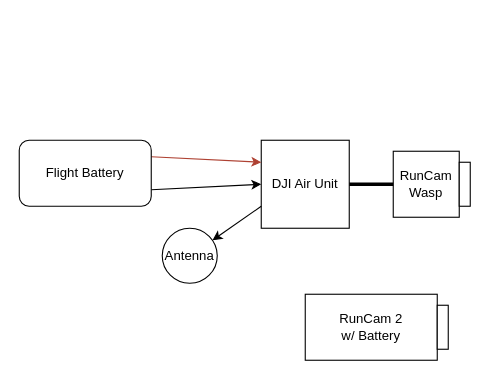
Earlier version of the draw.io diagram 2024-2025/Wiring/Cameras.drawio (Saddleback-College-Rocketry-Team/Draw.io-Sketches). Source tidied: cells renumbered, new cells numbered last; positions are measured from the earlier drawing's top-left corner, leaving out a move shared by most shapes. Both pictures are drawn from the tidied source at 110%, with x=0, y=0 at pixel (19, 140).
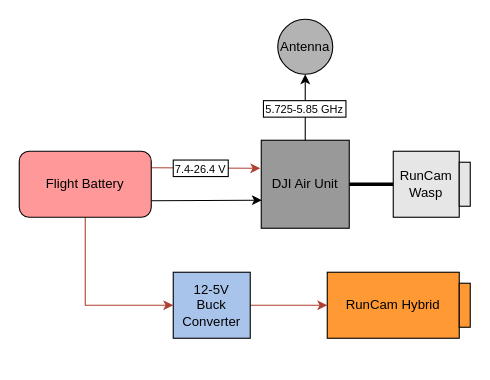
After the change.

Change to the diagram source:
```diff
@@
 <mxGraphModel>
   <root>
     <mxCell id="0" />
     <mxCell id="1" parent="0" />
-    <mxCell id="2" value="RunCam 2&lt;div&gt;w/ Battery&lt;/div&gt;" style="rounded=0;whiteSpace=wrap;html=1;" parent="1" vertex="1">
-      <mxGeometry x="260" y="140" width="120" height="60" as="geometry" />
+    <mxCell id="2" value="RunCam Hybrid" style="rounded=0;whiteSpace=wrap;html=1;fillColor=#FF9933;" parent="1" vertex="1">
+      <mxGeometry x="280" y="120" width="120" height="60" as="geometry" />
     </mxCell>
+    <mxCell id="5" style="edgeStyle=orthogonalEdgeStyle;rounded=0;jettySize=auto;html=1;entryX=0.5;entryY=1;entryDx=0;entryDy=0;" parent="1" edge="1" source="3" target="6">
+      <mxGeometry relative="1" as="geometry" />
+    </mxCell>
-    <mxCell id="3" value="&lt;div&gt;DJI Air Unit&lt;/div&gt;" style="whiteSpace=wrap;html=1;" parent="1" vertex="1">
+    <mxCell id="3" value="&lt;div&gt;DJI Air Unit&lt;/div&gt;" style="whiteSpace=wrap;html=1;fillColor=#999999;" parent="1" vertex="1">
       <mxGeometry x="220" width="80" height="80" as="geometry" />
     </mxCell>
-    <mxCell id="4" value="RunCam Wasp" style="whiteSpace=wrap;html=1;" parent="1" vertex="1">
+    <mxCell id="4" value="RunCam Wasp" style="whiteSpace=wrap;html=1;fillColor=#E6E6E6;" parent="1" vertex="1">
       <mxGeometry x="340" y="10" width="60" height="60" as="geometry" />
     </mxCell>
-    <mxCell id="5" style="endArrow=classic;html=1;rounded=0;exitX=0;exitY=0.75;exitDx=0;exitDy=0;" parent="1" edge="1" source="3" target="6">
-      <mxGeometry relative="1" as="geometry" />
-    </mxCell>
-    <mxCell id="6" value="Antenna" style="ellipse;whiteSpace=wrap;html=1;" parent="1" vertex="1">
-      <mxGeometry x="130" y="80" width="50" height="50" as="geometry" />
+    <mxCell id="6" value="Antenna" style="ellipse;whiteSpace=wrap;html=1;fillColor=#B3B3B3;" parent="1" vertex="1">
+      <mxGeometry x="235" y="-110" width="50" height="50" as="geometry" />
     </mxCell>
-    <mxCell id="7" style="endArrow=classic;html=1;rounded=0;fillColor=#fad9d5;strokeColor=#ae4132;entryX=0;entryY=0.25;entryDx=0;entryDy=0;exitX=1;exitY=0.25;exitDx=0;exitDy=0;" parent="1" edge="1" source="10" target="3">
+    <mxCell id="7" style="endArrow=classic;html=1;rounded=0;fillColor=#fad9d5;strokeColor=#ae4132;entryX=-0.011;entryY=0.319;entryDx=0;entryDy=0;exitX=1;exitY=0.25;exitDx=0;exitDy=0;entryPerimeter=0;" parent="1" edge="1" source="10" target="3">
       <mxGeometry relative="1" as="geometry" />
     </mxCell>
-    <mxCell id="8" style="endArrow=classic;html=1;rounded=0;exitX=1;exitY=0.75;exitDx=0;exitDy=0;entryX=0;entryY=0.5;entryDx=0;entryDy=0;" parent="1" edge="1" source="10" target="3">
+    <mxCell id="8" style="endArrow=classic;html=1;rounded=0;exitX=1;exitY=0.75;exitDx=0;exitDy=0;entryX=0.006;entryY=0.681;entryDx=0;entryDy=0;entryPerimeter=0;" parent="1" edge="1" source="10" target="3">
       <mxGeometry relative="1" as="geometry" />
     </mxCell>
     <mxCell id="9" style="endArrow=none;html=1;rounded=0;exitX=1;exitY=0.5;exitDx=0;exitDy=0;entryX=0;entryY=0.5;entryDx=0;entryDy=0;strokeWidth=3;" parent="1" edge="1" source="3" target="4">
       <mxGeometry relative="1" as="geometry" />
     </mxCell>
+    <mxCell id="13" style="edgeStyle=orthogonalEdgeStyle;rounded=0;jettySize=auto;html=1;exitX=0.5;exitY=1;exitDx=0;exitDy=0;strokeColor=#AE4132;entryX=0;entryY=0.5;entryDx=0;entryDy=0;" parent="1" edge="1" source="10" target="15">
+      <mxGeometry relative="1" as="geometry" />
+    </mxCell>
-    <mxCell id="10" value="Flight Battery" style="rounded=1;whiteSpace=wrap;html=1;" parent="1" vertex="1">
-      <mxGeometry width="120" height="60" as="geometry" />
+    <mxCell id="10" value="Flight Battery" style="rounded=1;whiteSpace=wrap;html=1;fillColor=#FF9999;" parent="1" vertex="1">
+      <mxGeometry y="10" width="120" height="60" as="geometry" />
     </mxCell>
-    <mxCell id="11" style="rounded=0;whiteSpace=wrap;html=1;" parent="1" vertex="1">
+    <mxCell id="11" style="rounded=0;whiteSpace=wrap;html=1;fillColor=#E6E6E6;" parent="1" vertex="1">
       <mxGeometry x="400" y="20" width="10" height="40" as="geometry" />
     </mxCell>
-    <mxCell id="12" style="rounded=0;whiteSpace=wrap;html=1;" parent="1" vertex="1">
-      <mxGeometry x="380" y="150" width="10" height="40" as="geometry" />
+    <mxCell id="12" style="rounded=0;whiteSpace=wrap;html=1;fillColor=#FF9933;" parent="1" vertex="1">
+      <mxGeometry x="400" y="130" width="10" height="40" as="geometry" />
     </mxCell>
+    <mxCell id="14" style="edgeStyle=orthogonalEdgeStyle;rounded=0;jettySize=auto;html=1;entryX=0;entryY=0.5;entryDx=0;entryDy=0;strokeColor=#AE4132;" parent="1" edge="1" source="15" target="2">
+      <mxGeometry relative="1" as="geometry" />
+    </mxCell>
+    <mxCell id="15" value="12-5V&lt;div&gt;Buck Converter&lt;/div&gt;" style="rounded=0;whiteSpace=wrap;html=1;fillColor=#A9C4EB;" parent="1" vertex="1">
+      <mxGeometry x="140" y="120" width="70" height="60" as="geometry" />
+    </mxCell>
+    <mxCell id="16" value="&lt;font style=&quot;font-size: 10px;&quot;&gt;7.4-26.4 V&lt;/font&gt;" style="rounded=0;whiteSpace=wrap;html=1;" parent="1" vertex="1">
+      <mxGeometry x="140" y="18" width="50" height="15" as="geometry" />
+    </mxCell>
+    <mxCell id="17" value="&lt;font style=&quot;font-size: 10px;&quot;&gt;5.725-5.85 GHz&lt;/font&gt;" style="rounded=0;whiteSpace=wrap;html=1;" parent="1" vertex="1">
+      <mxGeometry x="222" y="-36" width="75" height="15" as="geometry" />
+    </mxCell>
   </root>
 </mxGraphModel>
```
